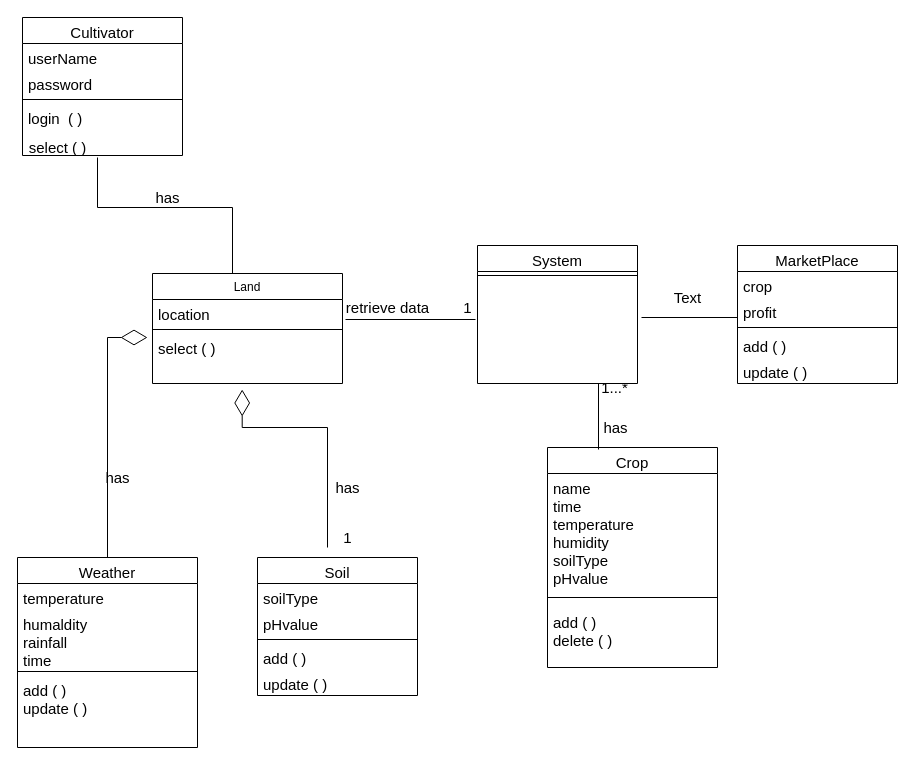
Above: Untitled Diagram.drawio in DhananjaDinethmi/DhananjaDinethmi.github.io (draw.io), before the change. Source tidied: cells renumbered, new cells numbered last; positions are measured from the earlier drawing's top-left corner, leaving out a move shared by most shapes. Both pictures are drawn from the tidied source at 100%, with x=0, y=0 at pixel (17, 17).
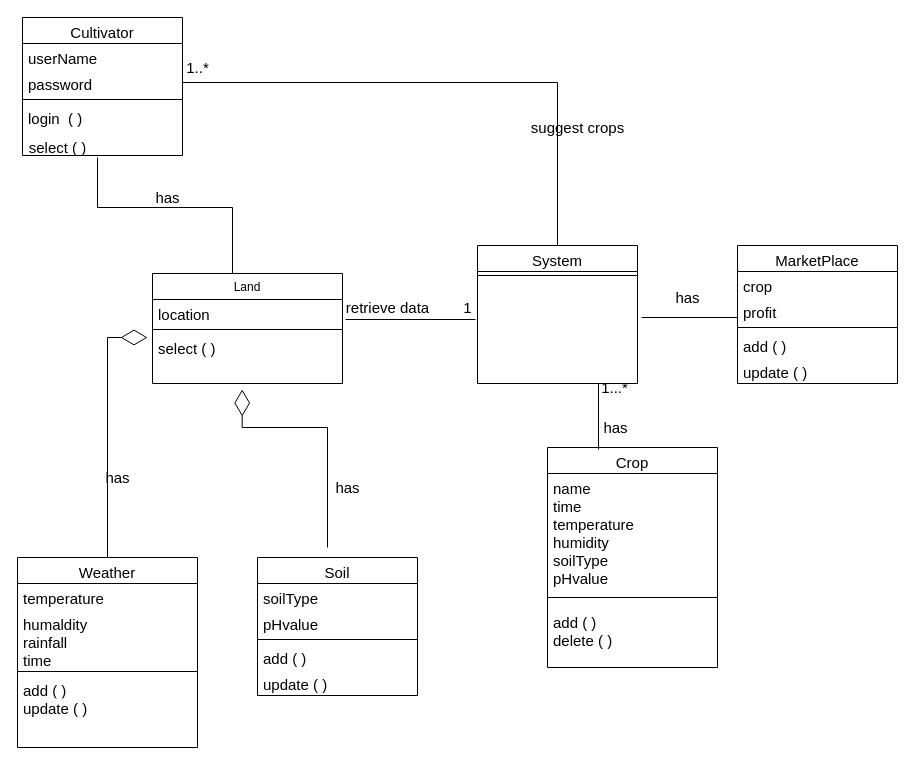
The same page after the edit.

Unchanged cells that the change refers to:
```xml
<mxCell id="24" value="System" style="swimlane;fontStyle=0;align=center;verticalAlign=top;horizontal=1;startSize=26;rounded=0;shadow=0;strokeWidth=1;fontSize=15;" parent="1" vertex="1">
  <mxGeometry x="460" y="228" width="160" height="138" as="geometry" />
</mxCell>
<mxCell id="32" value="password" style="text;align=left;verticalAlign=top;spacingLeft=4;spacingRight=4;overflow=hidden;points=[[0,0.5],[1,0.5]];portConstraint=eastwest;rounded=0;shadow=0;html=0;fontSize=15;" parent="30" vertex="1">
  <mxGeometry y="52" width="160" height="26" as="geometry" />
</mxCell>
```

Change to the diagram source:
```diff
@@
-    <mxCell id="42" value="1" style="text;html=1;align=center;verticalAlign=middle;strokeColor=none;fillColor=none;fontSize=15;" parent="1" vertex="1">
-      <mxGeometry x="320" y="510" width="20" height="20" as="geometry" />
-    </mxCell>
@@
-    <mxCell id="50" value="Text" style="text;html=1;align=center;verticalAlign=middle;strokeColor=none;fillColor=none;fontSize=15;" parent="1" vertex="1">
+    <mxCell id="50" value="has" style="text;html=1;align=center;verticalAlign=middle;strokeColor=none;fillColor=none;fontSize=15;" parent="1" vertex="1">
       <mxGeometry x="650" y="270" width="40" height="20" as="geometry" />
     </mxCell>
+    <mxCell id="51" style="endArrow=none;html=1;edgeStyle=orthogonalEdgeStyle;rounded=0;fontSize=15;exitX=1;exitY=0.5;exitDx=0;exitDy=0;entryX=0.5;entryY=0;entryDx=0;entryDy=0;" parent="1" edge="1" source="32" target="24">
+      <mxGeometry relative="1" as="geometry" />
+    </mxCell>
+    <mxCell id="52" value="suggest crops" style="text;html=1;align=center;verticalAlign=middle;strokeColor=none;fillColor=none;fontSize=15;" parent="1" vertex="1">
+      <mxGeometry x="505" y="100" width="110" height="20" as="geometry" />
+    </mxCell>
+    <mxCell id="53" value="1..*" style="text;html=1;align=center;verticalAlign=middle;strokeColor=none;fillColor=none;fontSize=15;" parent="1" vertex="1">
+      <mxGeometry x="160" y="40" width="40" height="20" as="geometry" />
+    </mxCell>
```
